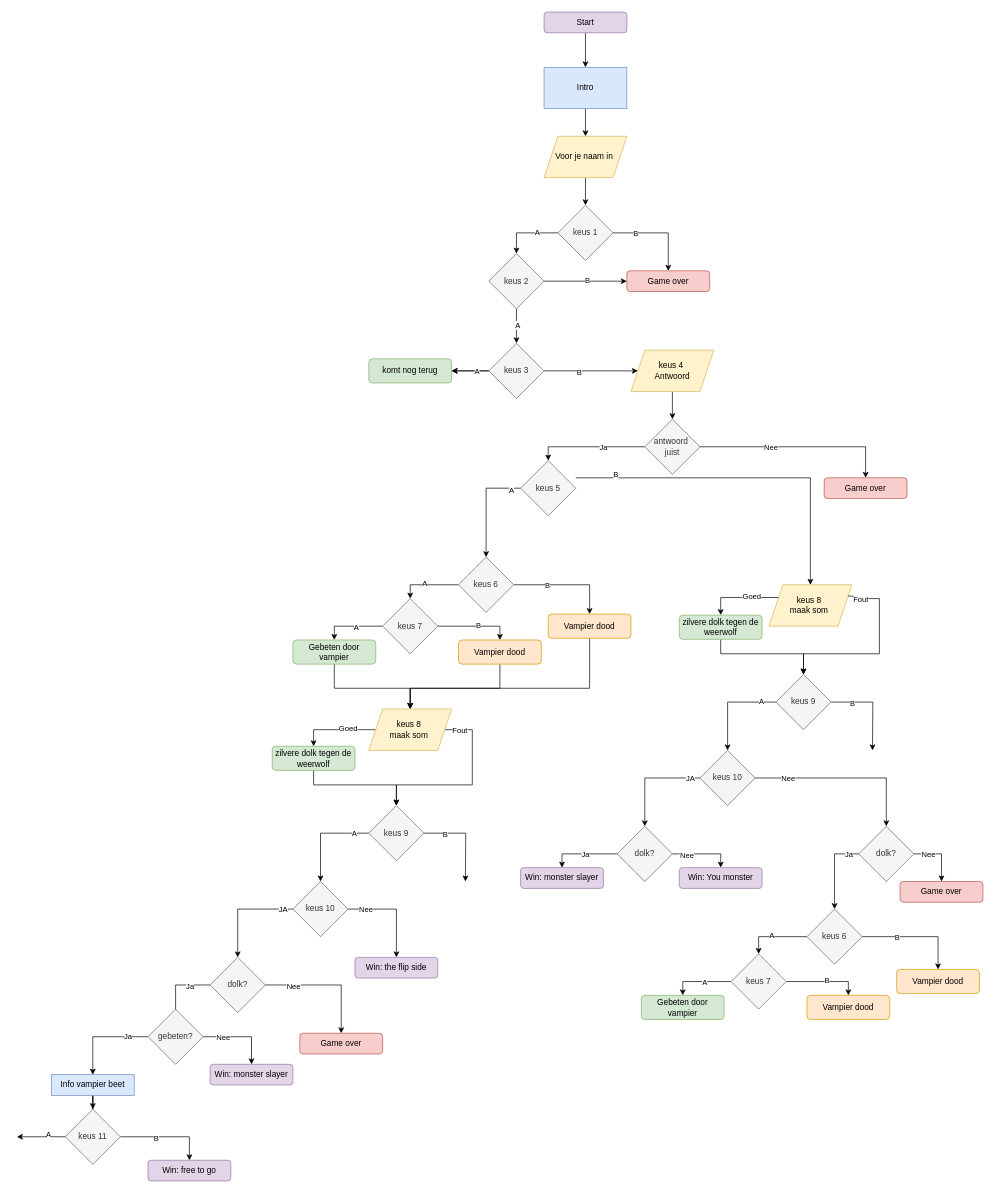
This is module_3/proef_3/week 9.drawio from RuoFeng207/leren_programmeren, a draw.io file, before an edit. Source tidied: cells renumbered, new cells numbered last; positions are measured from the earlier drawing's top-left corner, leaving out a move shared by most shapes. Both pictures are drawn from the tidied source at 69%, with x=0, y=0 at pixel (17, 12).
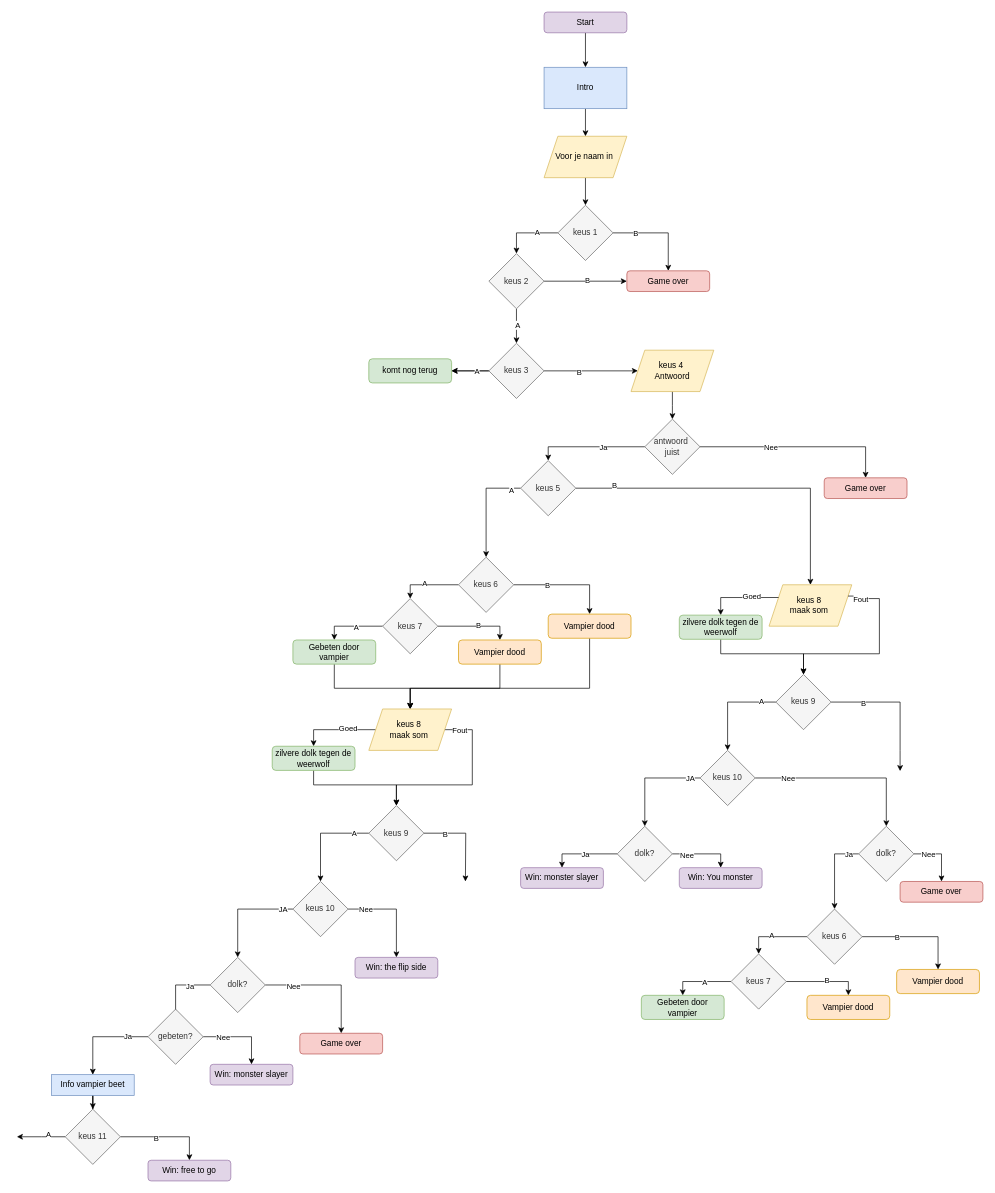
The same diagram, later.

The change refers to these unchanged cells:
```xml
<mxCell id="37" value="keus 5" style="rhombus;whiteSpace=wrap;html=1;fillColor=#f5f5f5;fontColor=#333333;strokeColor=#666666;" parent="1" vertex="1">
  <mxGeometry x="730" y="650" width="80" height="80" as="geometry" />
</mxCell>
<mxCell id="79" value="keus 8&amp;nbsp;&lt;div&gt;maak som&amp;nbsp;&lt;/div&gt;" style="shape=parallelogram;perimeter=parallelogramPerimeter;whiteSpace=wrap;html=1;fixedSize=1;fillColor=#fff2cc;strokeColor=#d6b656;" parent="1" vertex="1">
  <mxGeometry x="1090" y="830" width="120" height="60" as="geometry" />
</mxCell>
<mxCell id="88" value="keus 9" style="rhombus;whiteSpace=wrap;html=1;fillColor=#f5f5f5;fontColor=#333333;strokeColor=#666666;" parent="1" vertex="1">
  <mxGeometry x="1100" y="960" width="80" height="80" as="geometry" />
</mxCell>
```

The edit, as a diff of the source:
```diff
@@
-    <mxCell id="33" style="edgeStyle=orthogonalEdgeStyle;rounded=0;jettySize=auto;html=1;entryX=0.5;entryY=0;entryDx=0;entryDy=0;" parent="1" edge="1" target="79">
+    <mxCell id="33" style="edgeStyle=orthogonalEdgeStyle;rounded=0;jettySize=auto;html=1;entryX=0.5;entryY=0;entryDx=0;entryDy=0;exitX=1;exitY=0.5;exitDx=0;exitDy=0;" parent="1" edge="1" source="37" target="79">
       <mxGeometry relative="1" as="geometry">
-        <mxPoint x="810" y="675" as="sourcePoint" />
         <Array as="points">
-          <mxPoint x="1150" y="675" />
+          <mxPoint x="1150" y="690" />
         </Array>
       </mxGeometry>
     </mxCell>
@@
     <mxCell id="84" style="edgeStyle=orthogonalEdgeStyle;rounded=0;jettySize=auto;html=1;" parent="1" edge="1" source="88">
       <mxGeometry relative="1" as="geometry">
-        <mxPoint x="1240" y="1070" as="targetPoint" />
+        <mxPoint x="1280" y="1100" as="targetPoint" />
+        <Array as="points">
+          <mxPoint x="1280" y="1000" />
+          <mxPoint x="1280" y="1070" />
+        </Array>
       </mxGeometry>
     </mxCell>
```
